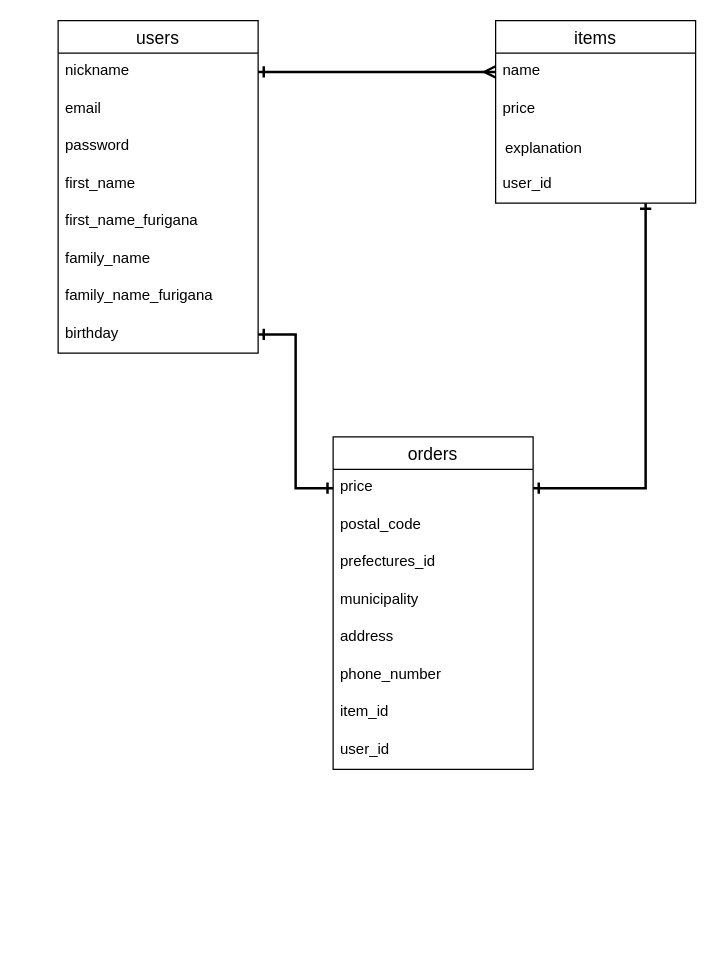
Above: app/ER.dio in tatsunori-koharu/furima-31710 (draw.io), before the change. Source tidied: cells renumbered, new cells numbered last; positions are measured from the earlier drawing's top-left corner, leaving out a move shared by most shapes. Both pictures are drawn from the tidied source at 125%, with x=0, y=0 at pixel (58, 20).
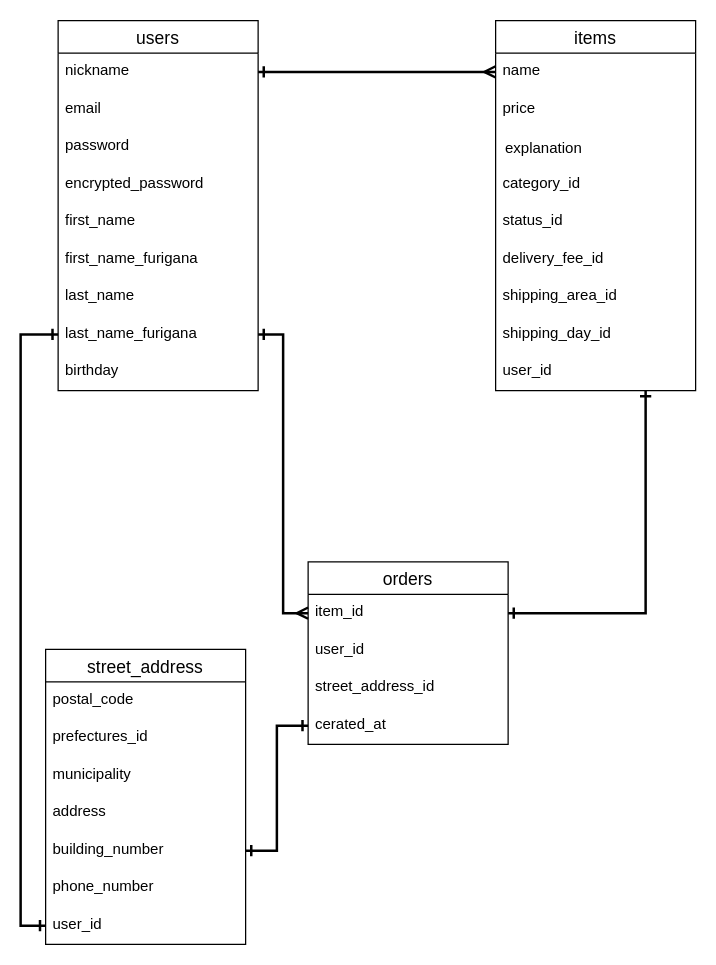
The same page after the edit.

Commit message (it also covers changes not shown here):
ER図及びREADME修正

The change refers to these unchanged cells:
```xml
<mxCell id="3" value="nickname" style="text;strokeColor=none;fillColor=none;spacingLeft=4;spacingRight=4;overflow=hidden;points=[[0,0.5],[1,0.5]];portConstraint=eastwest;fontSize=12;" parent="2" vertex="1">
  <mxGeometry y="26" width="160" height="30" as="geometry" />
</mxCell>
<mxCell id="12" value="name" style="text;strokeColor=none;fillColor=none;spacingLeft=4;spacingRight=4;overflow=hidden;points=[[0,0.5],[1,0.5]];portConstraint=eastwest;fontSize=12;" parent="11" vertex="1">
  <mxGeometry y="26" width="160" height="30" as="geometry" />
</mxCell>
```

What changed in the source:
```diff
@@
     <mxCell id="2" value="users" style="swimlane;fontStyle=0;horizontal=1;startSize=26;align=center;fontSize=14;" parent="1" vertex="1">
-      <mxGeometry width="160" height="266" as="geometry" />
+      <mxGeometry width="160" height="296" as="geometry" />
     </mxCell>
@@
+    <mxCell id="28" value="encrypted_password" style="text;strokeColor=none;fillColor=none;spacingLeft=4;spacingRight=4;overflow=hidden;fontSize=12;" parent="2" vertex="1">
+      <mxGeometry y="116" width="160" height="30" as="geometry" />
+    </mxCell>
     <mxCell id="6" value="first_name" style="text;strokeColor=none;fillColor=none;spacingLeft=4;spacingRight=4;overflow=hidden;fontSize=12;" parent="2" vertex="1">
-      <mxGeometry y="116" width="160" height="30" as="geometry" />
+      <mxGeometry y="146" width="160" height="30" as="geometry" />
     </mxCell>
     <mxCell id="7" value="first_name_furigana" style="text;strokeColor=none;fillColor=none;spacingLeft=4;spacingRight=4;overflow=hidden;fontSize=12;" parent="2" vertex="1">
-      <mxGeometry y="146" width="160" height="30" as="geometry" />
+      <mxGeometry y="176" width="160" height="30" as="geometry" />
     </mxCell>
-    <mxCell id="8" value="family_name" style="text;strokeColor=none;fillColor=none;spacingLeft=4;spacingRight=4;overflow=hidden;fontSize=12;" parent="2" vertex="1">
-      <mxGeometry y="176" width="160" height="30" as="geometry" />
+    <mxCell id="8" value="last_name" style="text;strokeColor=none;fillColor=none;spacingLeft=4;spacingRight=4;overflow=hidden;fontSize=12;" parent="2" vertex="1">
+      <mxGeometry y="206" width="160" height="30" as="geometry" />
     </mxCell>
-    <mxCell id="9" value="family_name_furigana" style="text;strokeColor=none;fillColor=none;spacingLeft=4;spacingRight=4;overflow=hidden;points=[[0,0.5],[1,0.5]];portConstraint=eastwest;fontSize=12;" parent="2" vertex="1">
-      <mxGeometry y="206" width="160" height="30" as="geometry" />
+    <mxCell id="9" value="last_name_furigana" style="text;strokeColor=none;fillColor=none;spacingLeft=4;spacingRight=4;overflow=hidden;points=[[0,0.5],[1,0.5]];portConstraint=eastwest;fontSize=12;" parent="2" vertex="1">
+      <mxGeometry y="236" width="160" height="30" as="geometry" />
     </mxCell>
     <mxCell id="10" value="birthday" style="text;strokeColor=none;fillColor=none;spacingLeft=4;spacingRight=4;overflow=hidden;points=[[0,0.5],[1,0.5]];portConstraint=eastwest;fontSize=12;" parent="2" vertex="1">
-      <mxGeometry y="236" width="160" height="30" as="geometry" />
+      <mxGeometry y="266" width="160" height="30" as="geometry" />
     </mxCell>
     <mxCell id="11" value="items" style="swimlane;fontStyle=0;horizontal=1;startSize=26;align=center;fontSize=14;" parent="1" vertex="1">
-      <mxGeometry x="350" width="160" height="146" as="geometry" />
+      <mxGeometry x="350" width="160" height="296" as="geometry" />
     </mxCell>
@@
+    <mxCell id="29" value="category_id" style="text;strokeColor=none;fillColor=none;spacingLeft=4;spacingRight=4;overflow=hidden;fontSize=12;" parent="11" vertex="1">
+      <mxGeometry y="116" width="160" height="30" as="geometry" />
+    </mxCell>
+    <mxCell id="30" value="status_id" style="text;strokeColor=none;fillColor=none;spacingLeft=4;spacingRight=4;overflow=hidden;fontSize=12;" parent="11" vertex="1">
+      <mxGeometry y="146" width="160" height="30" as="geometry" />
+    </mxCell>
+    <mxCell id="31" value="delivery_fee_id" style="text;strokeColor=none;fillColor=none;spacingLeft=4;spacingRight=4;overflow=hidden;fontSize=12;" parent="11" vertex="1">
+      <mxGeometry y="176" width="160" height="30" as="geometry" />
+    </mxCell>
+    <mxCell id="32" value="shipping_area_id" style="text;strokeColor=none;fillColor=none;spacingLeft=4;spacingRight=4;overflow=hidden;fontSize=12;" parent="11" vertex="1">
+      <mxGeometry y="206" width="160" height="30" as="geometry" />
+    </mxCell>
+    <mxCell id="33" value="shipping_day_id" style="text;strokeColor=none;fillColor=none;spacingLeft=4;spacingRight=4;overflow=hidden;fontSize=12;" parent="11" vertex="1">
+      <mxGeometry y="236" width="160" height="30" as="geometry" />
+    </mxCell>
     <mxCell id="15" value="user_id" style="text;strokeColor=none;fillColor=none;spacingLeft=4;spacingRight=4;overflow=hidden;fontSize=12;" parent="11" vertex="1">
-      <mxGeometry y="116" width="160" height="30" as="geometry" />
+      <mxGeometry y="266" width="160" height="30" as="geometry" />
     </mxCell>
-    <mxCell id="16" style="edgeStyle=orthogonalEdgeStyle;rounded=0;jettySize=auto;html=1;exitX=1;exitY=0.5;exitDx=0;exitDy=0;entryX=0;entryY=0.5;entryDx=0;entryDy=0;endArrow=ERone;endFill=0;startArrow=ERone;startFill=0;strokeWidth=2;" parent="1" edge="1" source="10" target="18">
+    <mxCell id="16" style="edgeStyle=orthogonalEdgeStyle;rounded=0;jettySize=auto;html=1;exitX=1;exitY=0.5;exitDx=0;exitDy=0;entryX=0;entryY=0.5;entryDx=0;entryDy=0;endArrow=ERmany;endFill=0;startArrow=ERone;startFill=0;strokeWidth=2;" parent="1" edge="1" source="9" target="24">
       <mxGeometry relative="1" as="geometry" />
     </mxCell>
+    <mxCell id="26" style="edgeStyle=orthogonalEdgeStyle;rounded=0;jettySize=auto;html=1;exitX=1;exitY=0.5;exitDx=0;exitDy=0;entryX=0;entryY=0.5;entryDx=0;entryDy=0;endArrow=ERmany;endFill=0;strokeWidth=2;startArrow=ERone;startFill=0;" parent="1" edge="1" source="3" target="12">
+      <mxGeometry relative="1" as="geometry" />
+    </mxCell>
+    <mxCell id="27" style="edgeStyle=orthogonalEdgeStyle;rounded=0;jettySize=auto;html=1;exitX=1;exitY=0.5;exitDx=0;exitDy=0;entryX=0.75;entryY=1;entryDx=0;entryDy=0;startArrow=ERone;startFill=0;endArrow=ERone;endFill=0;strokeWidth=2;" parent="1" edge="1" source="24" target="11">
+      <mxGeometry relative="1" as="geometry" />
+    </mxCell>
+    <mxCell id="34" style="edgeStyle=orthogonalEdgeStyle;rounded=0;jettySize=auto;html=1;exitX=0;exitY=0.5;exitDx=0;exitDy=0;startArrow=ERone;startFill=0;endArrow=ERone;endFill=0;strokeWidth=2;entryX=0;entryY=0.5;entryDx=0;entryDy=0;" parent="1" edge="1" source="25" target="9">
+      <mxGeometry relative="1" as="geometry" />
+    </mxCell>
     <mxCell id="17" value="orders" style="swimlane;fontStyle=0;horizontal=1;startSize=26;align=center;fontSize=14;" parent="1" vertex="1">
-      <mxGeometry x="220" y="333" width="160" height="266" as="geometry" />
+      <mxGeometry x="200" y="433" width="160" height="146" as="geometry" />
     </mxCell>
-    <mxCell id="18" value="price" style="text;strokeColor=none;fillColor=none;spacingLeft=4;spacingRight=4;overflow=hidden;points=[[0,0.5],[1,0.5]];portConstraint=eastwest;fontSize=12;" parent="17" vertex="1">
-      <mxGeometry y="26" width="160" height="30" as="geometry" />
-    </mxCell>
+    <mxCell id="24" value="item_id" style="text;strokeColor=none;fillColor=none;spacingLeft=4;spacingRight=4;overflow=hidden;points=[[0,0.5],[1,0.5]];portConstraint=eastwest;fontSize=12;" parent="17" vertex="1">
+      <mxGeometry y="26" width="160" height="30" as="geometry" />
+    </mxCell>
+    <mxCell id="35" value="user_id" style="text;strokeColor=none;fillColor=none;spacingLeft=4;spacingRight=4;overflow=hidden;fontSize=12;" parent="17" vertex="1">
+      <mxGeometry y="56" width="160" height="30" as="geometry" />
+    </mxCell>
+    <mxCell id="36" value="street_address_id" style="text;strokeColor=none;fillColor=none;spacingLeft=4;spacingRight=4;overflow=hidden;fontSize=12;" parent="17" vertex="1">
+      <mxGeometry y="86" width="160" height="30" as="geometry" />
+    </mxCell>
+    <mxCell id="37" value="cerated_at" style="text;strokeColor=none;fillColor=none;spacingLeft=4;spacingRight=4;overflow=hidden;points=[[0,0.5],[1,0.5]];portConstraint=eastwest;fontSize=12;" parent="17" vertex="1">
+      <mxGeometry y="116" width="160" height="30" as="geometry" />
+    </mxCell>
+    <mxCell id="38" value="street_address" style="swimlane;fontStyle=0;horizontal=1;startSize=26;align=center;fontSize=14;" parent="1" vertex="1">
+      <mxGeometry x="-10" y="503" width="160" height="236" as="geometry" />
+    </mxCell>
-    <mxCell id="19" value="postal_code" style="text;strokeColor=none;fillColor=none;spacingLeft=4;spacingRight=4;overflow=hidden;fontSize=12;" parent="17" vertex="1">
-      <mxGeometry y="56" width="160" height="30" as="geometry" />
+    <mxCell id="19" value="postal_code" style="text;strokeColor=none;fillColor=none;spacingLeft=4;spacingRight=4;overflow=hidden;fontSize=12;" parent="38" vertex="1">
+      <mxGeometry y="26" width="160" height="30" as="geometry" />
     </mxCell>
-    <mxCell id="20" value="prefectures_id" style="text;strokeColor=none;fillColor=none;spacingLeft=4;spacingRight=4;overflow=hidden;fontSize=12;" parent="17" vertex="1">
-      <mxGeometry y="86" width="160" height="30" as="geometry" />
+    <mxCell id="20" value="prefectures_id" style="text;strokeColor=none;fillColor=none;spacingLeft=4;spacingRight=4;overflow=hidden;fontSize=12;" parent="38" vertex="1">
+      <mxGeometry y="56" width="160" height="30" as="geometry" />
     </mxCell>
-    <mxCell id="21" value="municipality" style="text;strokeColor=none;fillColor=none;spacingLeft=4;spacingRight=4;overflow=hidden;fontSize=12;" parent="17" vertex="1">
-      <mxGeometry y="116" width="160" height="30" as="geometry" />
+    <mxCell id="21" value="municipality" style="text;strokeColor=none;fillColor=none;spacingLeft=4;spacingRight=4;overflow=hidden;fontSize=12;" parent="38" vertex="1">
+      <mxGeometry y="86" width="160" height="30" as="geometry" />
     </mxCell>
-    <mxCell id="22" value="address" style="text;strokeColor=none;fillColor=none;spacingLeft=4;spacingRight=4;overflow=hidden;fontSize=12;" parent="17" vertex="1">
-      <mxGeometry y="146" width="160" height="30" as="geometry" />
+    <mxCell id="22" value="address" style="text;strokeColor=none;fillColor=none;spacingLeft=4;spacingRight=4;overflow=hidden;fontSize=12;" parent="38" vertex="1">
+      <mxGeometry y="116" width="160" height="30" as="geometry" />
     </mxCell>
+    <mxCell id="39" value="building_number" style="text;strokeColor=none;fillColor=none;spacingLeft=4;spacingRight=4;overflow=hidden;points=[[0,0.5],[1,0.5]];portConstraint=eastwest;fontSize=12;" parent="38" vertex="1">
+      <mxGeometry y="146" width="160" height="30" as="geometry" />
+    </mxCell>
-    <mxCell id="23" value="phone_number" style="text;strokeColor=none;fillColor=none;spacingLeft=4;spacingRight=4;overflow=hidden;fontSize=12;" parent="17" vertex="1">
+    <mxCell id="23" value="phone_number" style="text;strokeColor=none;fillColor=none;spacingLeft=4;spacingRight=4;overflow=hidden;fontSize=12;" parent="38" vertex="1">
       <mxGeometry y="176" width="160" height="30" as="geometry" />
     </mxCell>
-    <mxCell id="24" value="item_id" style="text;strokeColor=none;fillColor=none;spacingLeft=4;spacingRight=4;overflow=hidden;points=[[0,0.5],[1,0.5]];portConstraint=eastwest;fontSize=12;" parent="17" vertex="1">
-      <mxGeometry y="206" width="160" height="30" as="geometry" />
-    </mxCell>
-    <mxCell id="25" value="user_id" style="text;strokeColor=none;fillColor=none;spacingLeft=4;spacingRight=4;overflow=hidden;points=[[0,0.5],[1,0.5]];portConstraint=eastwest;fontSize=12;" parent="17" vertex="1">
-      <mxGeometry y="236" width="160" height="30" as="geometry" />
+    <mxCell id="25" value="user_id" style="text;strokeColor=none;fillColor=none;spacingLeft=4;spacingRight=4;overflow=hidden;points=[[0,0.5],[1,0.5]];portConstraint=eastwest;fontSize=12;" parent="38" vertex="1">
+      <mxGeometry y="206" width="160" height="30" as="geometry" />
     </mxCell>
-    <mxCell id="26" style="edgeStyle=orthogonalEdgeStyle;rounded=0;jettySize=auto;html=1;exitX=1;exitY=0.5;exitDx=0;exitDy=0;entryX=0;entryY=0.5;entryDx=0;entryDy=0;endArrow=ERmany;endFill=0;strokeWidth=2;startArrow=ERone;startFill=0;" parent="1" edge="1" source="3" target="12">
-      <mxGeometry relative="1" as="geometry" />
-    </mxCell>
-    <mxCell id="27" style="edgeStyle=orthogonalEdgeStyle;rounded=0;jettySize=auto;html=1;exitX=1;exitY=0.5;exitDx=0;exitDy=0;entryX=0.75;entryY=1;entryDx=0;entryDy=0;startArrow=ERone;startFill=0;endArrow=ERone;endFill=0;strokeWidth=2;" parent="1" edge="1" source="18" target="11">
-      <mxGeometry relative="1" as="geometry" />
-    </mxCell>
+    <mxCell id="40" style="edgeStyle=orthogonalEdgeStyle;rounded=0;jettySize=auto;html=1;exitX=1;exitY=0.5;exitDx=0;exitDy=0;entryX=0;entryY=0.5;entryDx=0;entryDy=0;startArrow=ERone;startFill=0;endArrow=ERone;endFill=0;strokeWidth=2;" parent="1" edge="1" source="39" target="37">
+      <mxGeometry relative="1" as="geometry" />
+    </mxCell>
```
